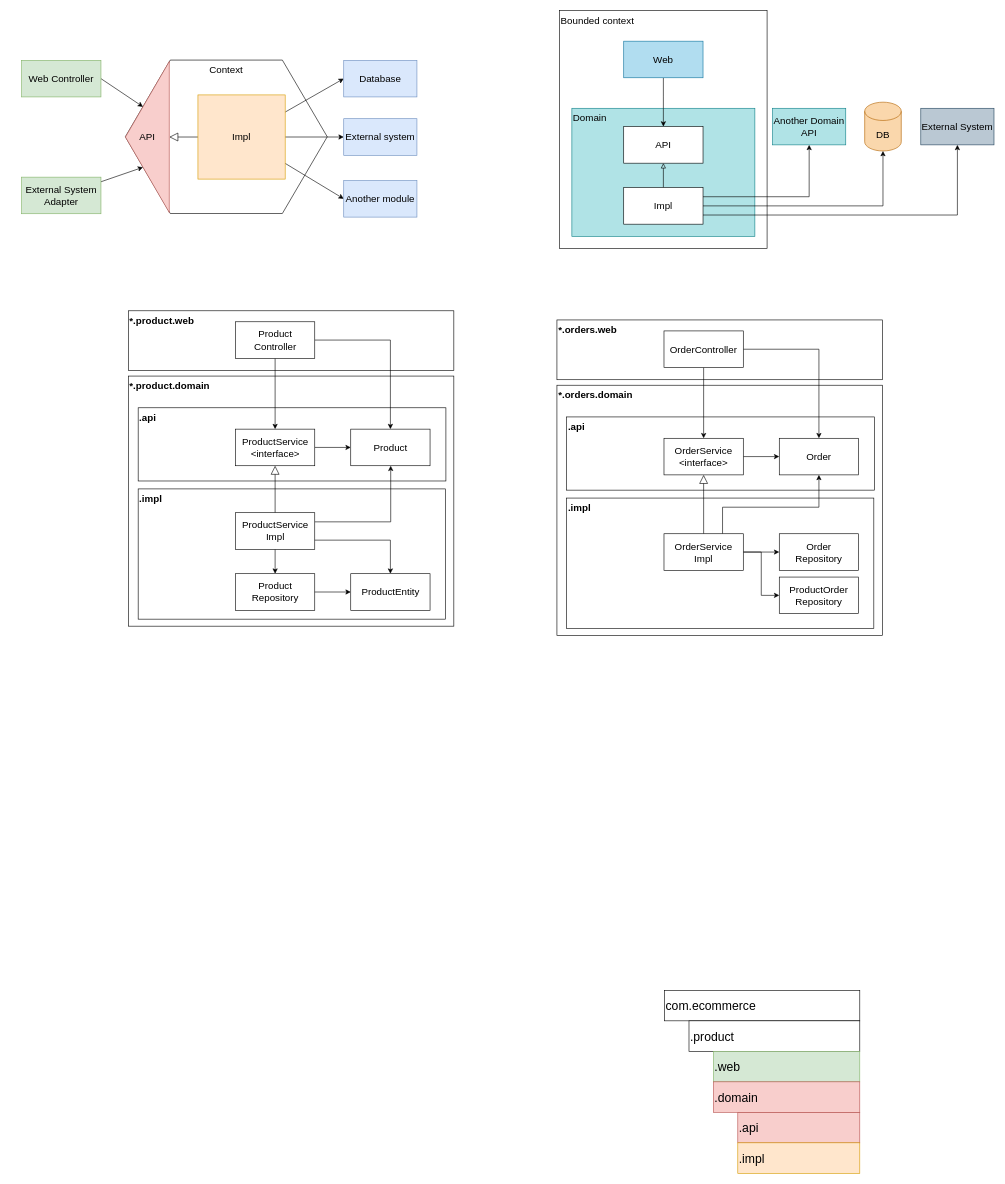
Before: page "Yet another architecture" (5 of 5) of where-to-put-the-service.drawio in zatsepinvl/where-to-put-the-service, a draw.io diagram. Source tidied: cells renumbered, new cells numbered last; positions are measured from the earlier drawing's top-left corner, leaving out a move shared by most shapes. Both pictures are drawn from the tidied source at 61%, with x=0, y=0 at pixel (21, 10).
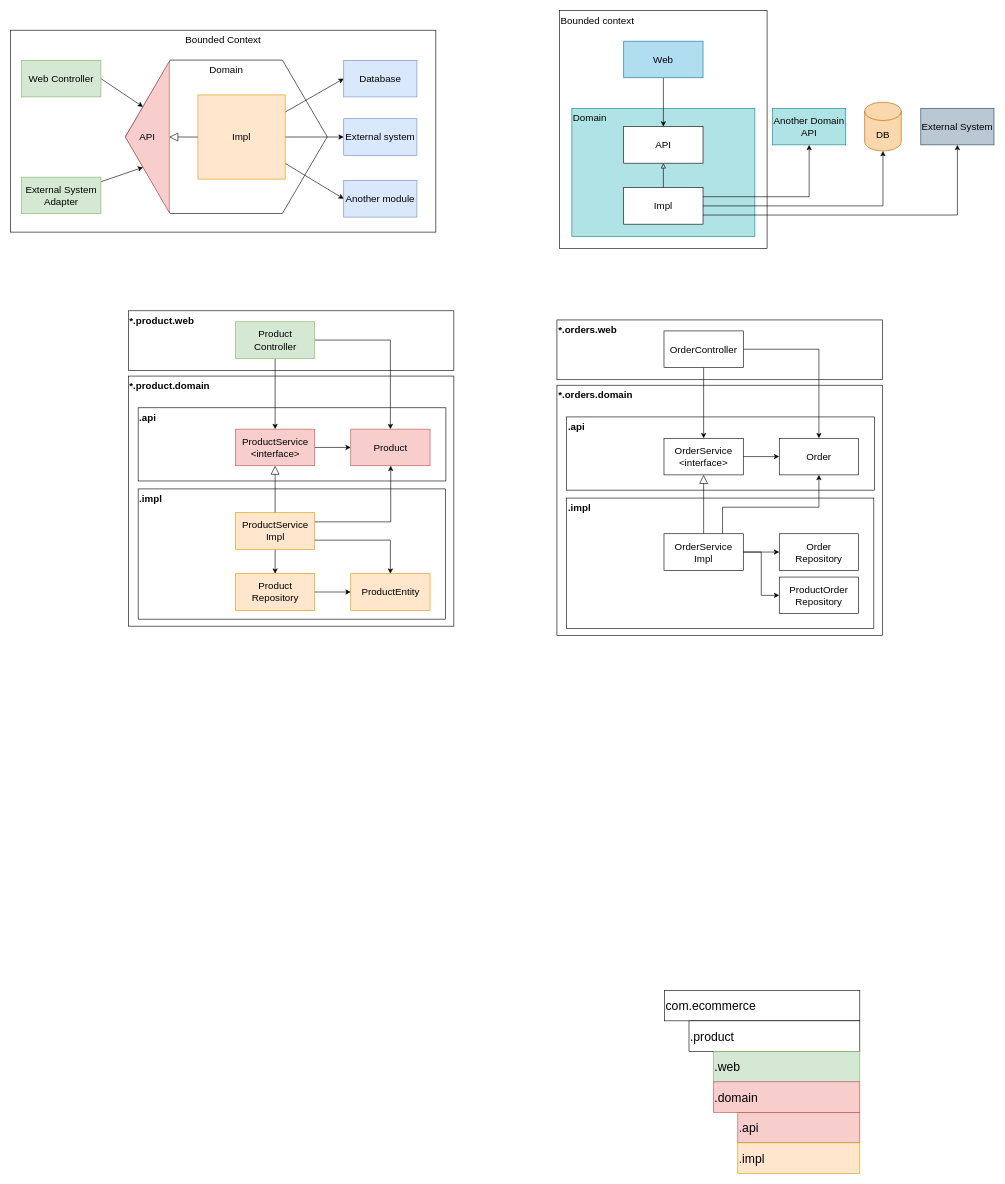
The same page after the edit.

Diff of the diagram source:
```diff
@@
+    <mxCell id="70" value="Bounded Context" style="rounded=0;whiteSpace=wrap;html=1;fontFamily=Arial;fontSize=16;shadow=0;verticalAlign=top;align=center;" parent="1" vertex="1">
+      <mxGeometry x="-18" y="32" width="697" height="331" as="geometry" />
+    </mxCell>
-    <mxCell id="2" value="Context" style="shape=hexagon;perimeter=hexagonPerimeter2;whiteSpace=wrap;html=1;fixedSize=1;fontSize=16;size=73.60003662109375;verticalAlign=top;" parent="1" vertex="1">
+    <mxCell id="2" value="Domain" style="shape=hexagon;perimeter=hexagonPerimeter2;whiteSpace=wrap;html=1;fixedSize=1;fontSize=16;size=73.60003662109375;verticalAlign=top;" parent="1" vertex="1">
       <mxGeometry x="170" y="81" width="331" height="251.5" as="geometry" />
     </mxCell>
@@
-    <mxCell id="39" value="Product&lt;br&gt;Controller" style="rounded=0;whiteSpace=wrap;html=1;fontFamily=Arial;fontSize=16;shadow=0;" parent="1" vertex="1">
+    <mxCell id="39" value="Product&lt;br&gt;Controller" style="rounded=0;whiteSpace=wrap;html=1;fontFamily=Arial;fontSize=16;shadow=0;fillColor=#d5e8d4;strokeColor=#82b366;" parent="1" vertex="1">
       <mxGeometry x="350.5" y="510" width="130" height="60" as="geometry" />
     </mxCell>
@@
-    <mxCell id="41" value="ProductService&lt;br&gt;&amp;lt;interface&amp;gt;" style="rounded=0;whiteSpace=wrap;html=1;fontFamily=Arial;fontSize=16;shadow=0;" parent="1" vertex="1">
+    <mxCell id="41" value="ProductService&lt;br&gt;&amp;lt;interface&amp;gt;" style="rounded=0;whiteSpace=wrap;html=1;fontFamily=Arial;fontSize=16;shadow=0;fillColor=#f8cecc;strokeColor=#b85450;" parent="1" vertex="1">
       <mxGeometry x="350.5" y="686" width="130" height="60" as="geometry" />
     </mxCell>
@@
-    <mxCell id="45" value="ProductService&lt;br&gt;Impl" style="rounded=0;whiteSpace=wrap;html=1;fontFamily=Arial;fontSize=16;shadow=0;" parent="1" vertex="1">
+    <mxCell id="45" value="ProductService&lt;br&gt;Impl" style="rounded=0;whiteSpace=wrap;html=1;fontFamily=Arial;fontSize=16;shadow=0;fillColor=#ffe6cc;strokeColor=#d79b00;" parent="1" vertex="1">
       <mxGeometry x="350.5" y="823" width="130" height="60" as="geometry" />
     </mxCell>
-    <mxCell id="46" value="Product&lt;br&gt;Repository" style="rounded=0;whiteSpace=wrap;html=1;fontFamily=Arial;fontSize=16;shadow=0;" parent="1" vertex="1">
+    <mxCell id="46" value="Product&lt;br&gt;Repository" style="rounded=0;whiteSpace=wrap;html=1;fontFamily=Arial;fontSize=16;shadow=0;fillColor=#ffe6cc;strokeColor=#d79b00;" parent="1" vertex="1">
       <mxGeometry x="350.5" y="923" width="130" height="60" as="geometry" />
     </mxCell>
-    <mxCell id="47" value="Product" style="rounded=0;whiteSpace=wrap;html=1;fontFamily=Arial;fontSize=16;shadow=0;" parent="1" vertex="1">
+    <mxCell id="47" value="Product" style="rounded=0;whiteSpace=wrap;html=1;fontFamily=Arial;fontSize=16;shadow=0;fillColor=#f8cecc;strokeColor=#b85450;" parent="1" vertex="1">
       <mxGeometry x="539.5" y="686" width="130" height="60" as="geometry" />
     </mxCell>
-    <mxCell id="48" value="ProductEntity" style="rounded=0;whiteSpace=wrap;html=1;fontFamily=Arial;fontSize=16;shadow=0;" parent="1" vertex="1">
+    <mxCell id="48" value="ProductEntity" style="rounded=0;whiteSpace=wrap;html=1;fontFamily=Arial;fontSize=16;shadow=0;fillColor=#ffe6cc;strokeColor=#d79b00;" parent="1" vertex="1">
       <mxGeometry x="539.5" y="923" width="130" height="60" as="geometry" />
     </mxCell>
```
